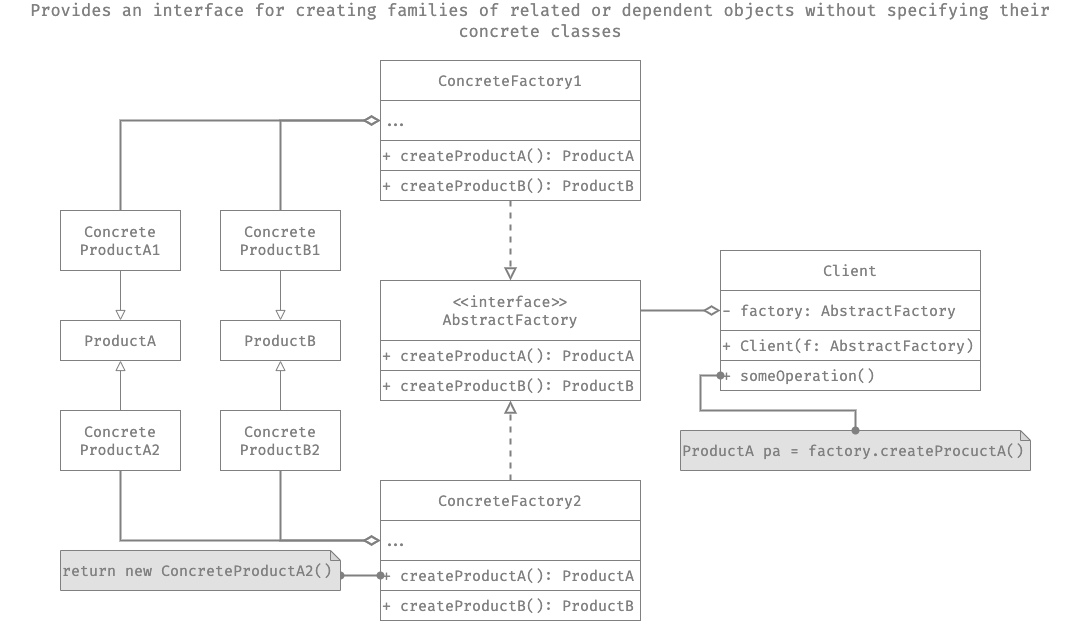
The draw.io diagram static/image/AbcFactory.png in luk3ya0/luk3ya0.github.io, before a commit. Source tidied: cells renumbered, new cells last; positions are measured from the earlier drawing's top-left corner, leaving out a move shared by most shapes.
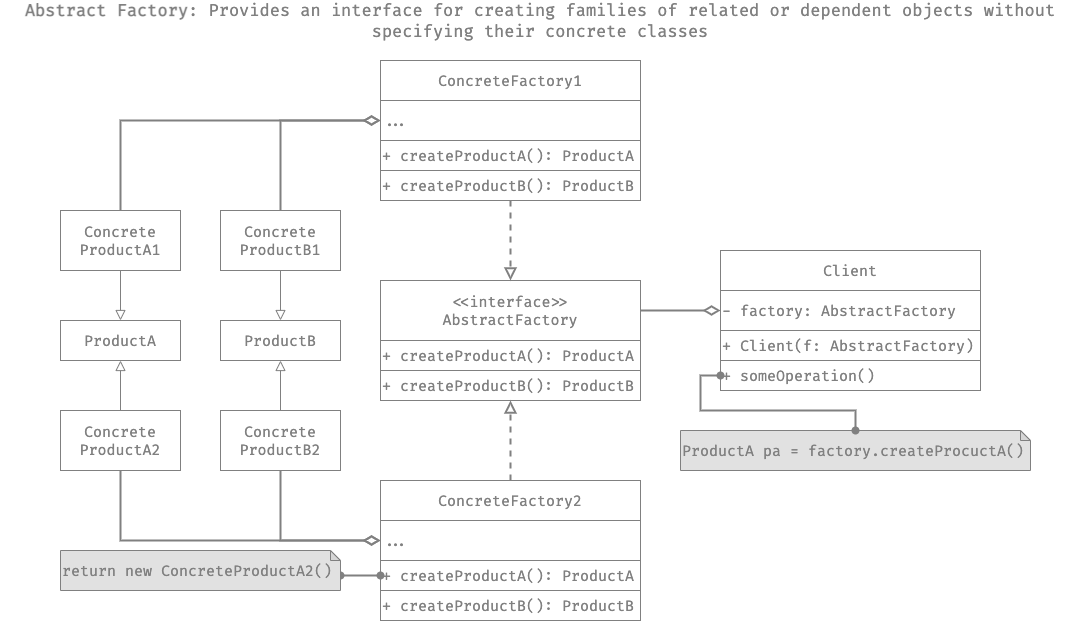
Later version of the same file.

What changed in the source:
```diff
@@ -143,7 +143,7 @@
     <mxCell id="46" style="rounded=0;whiteSpace=wrap;html=1;strokeColor=none;fontFamily=Fira Code;fontSource=https%3A%2F%2Ffonts.googleapis.com%2Fcss%3Ffamily%3DFira%2BCode;fontSize=15;fontColor=#808080;fillColor=none;" parent="1" vertex="1">
       <mxGeometry y="40" width="1080" height="600" as="geometry" />
     </mxCell>
-    <mxCell id="47" value="&lt;font style=&quot;font-size: 17px;&quot; color=&quot;#808080&quot; face=&quot;Fira Code&quot;&gt;Provides an interface for creating families of related or dependent objects without specifying their concrete classes&lt;/font&gt;" style="rounded=0;whiteSpace=wrap;html=1;fillColor=none;strokeColor=none;fontFamily=Fira Code;fontSource=https%3A%2F%2Ffonts.googleapis.com%2Fcss%3Ffamily%3DFira%2BCode;fontSize=15;fontColor=#808080;" parent="1" vertex="1">
+    <mxCell id="47" value="&lt;font style=&quot;font-size: 17px;&quot; color=&quot;#808080&quot; face=&quot;Fira Code&quot;&gt;&lt;b&gt;Abstract Factory&lt;/b&gt;: Provides an interface for creating families of related or dependent objects without specifying their concrete classes&lt;/font&gt;" style="rounded=0;whiteSpace=wrap;html=1;fillColor=none;strokeColor=none;fontFamily=Fira Code;fontSource=https%3A%2F%2Ffonts.googleapis.com%2Fcss%3Ffamily%3DFira%2BCode;fontSize=15;fontColor=#808080;" parent="1" vertex="1">
       <mxGeometry width="1080" height="40" as="geometry" />
     </mxCell>
   </root>
```
